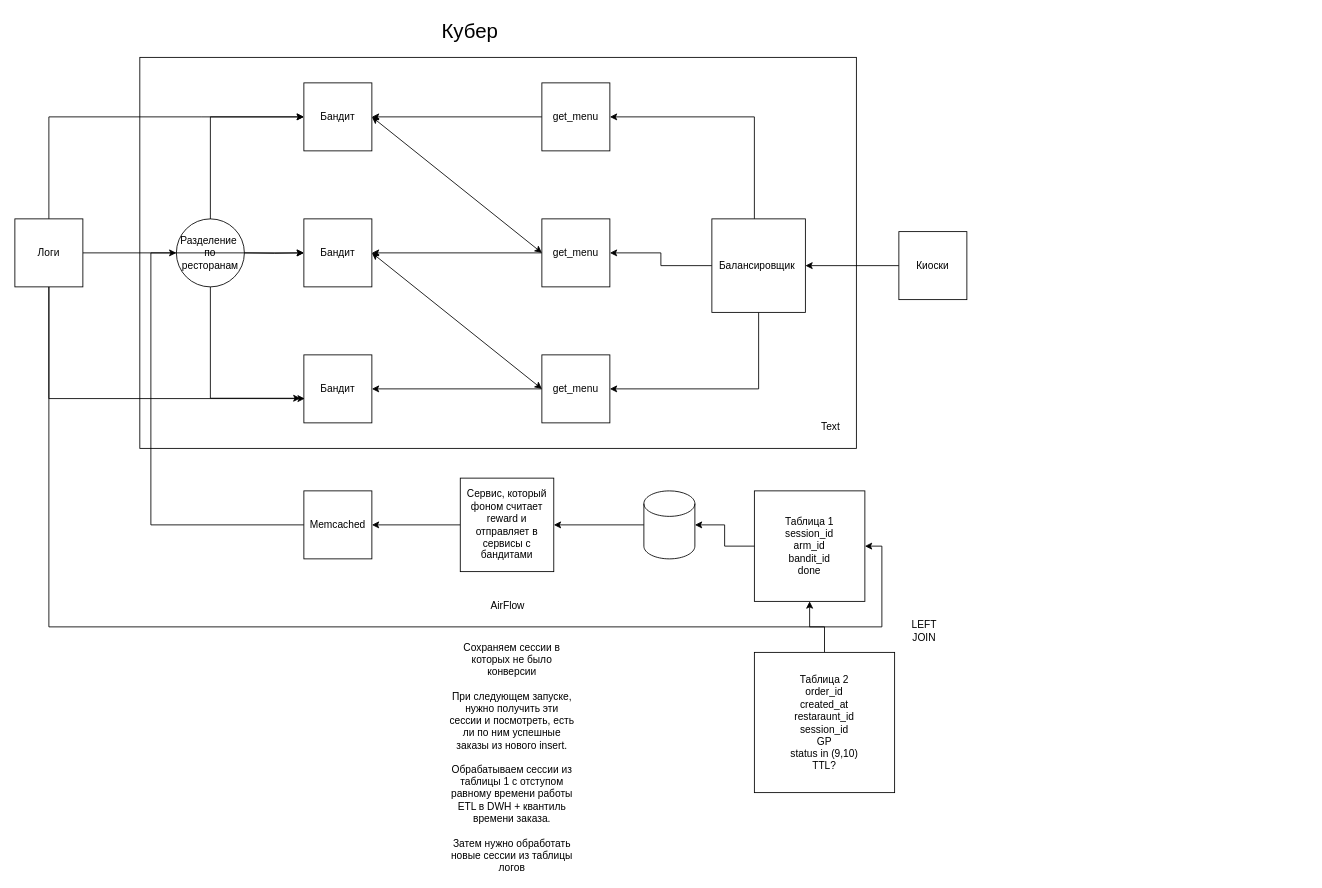
This is тест в феврале.drawio from ArlanovCsb/responsive_menu, a draw.io file, before an edit. Source tidied: cells renumbered, new cells numbered last; positions are measured from the earlier drawing's top-left corner, leaving out a move shared by most shapes. Both pictures are drawn from the tidied source at 85%, with x=0, y=0 at pixel (14, 14).
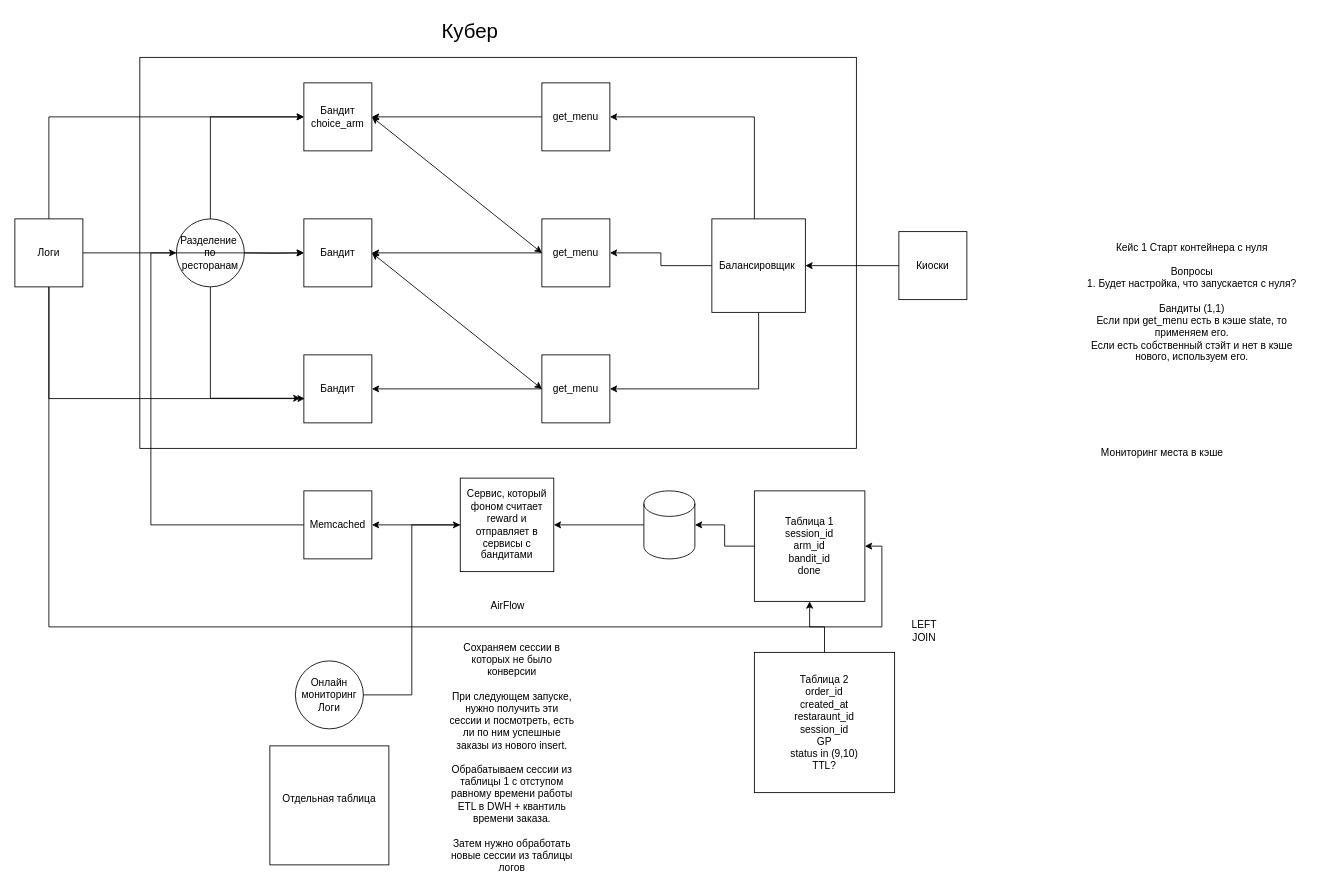
After the change.

The change refers to these unchanged cells:
```xml
<mxCell id="17" value="Сервис, который фоном считает reward и отправляет в сервисы с бандитами" style="whiteSpace=wrap;html=1;" parent="1" vertex="1">
  <mxGeometry x="524" y="545" width="110" height="110" as="geometry" />
</mxCell>
```

What changed in the source:
```diff
@@
-    <mxCell id="13" value="Бандит" style="whiteSpace=wrap;html=1;" parent="1" vertex="1">
+    <mxCell id="13" value="Бандит&lt;br&gt;choice_arm" style="whiteSpace=wrap;html=1;" parent="1" vertex="1">
       <mxGeometry x="340" y="80" width="80" height="80" as="geometry" />
     </mxCell>
@@
-    <mxCell id="35" value="Text" style="text;html=1;align=center;verticalAlign=middle;whiteSpace=wrap;rounded=0;" parent="1" vertex="1">
-      <mxGeometry x="930" y="470" width="60" height="30" as="geometry" />
+    <mxCell id="35" value="Кейс 1 Старт контейнера с нуля&lt;br&gt;&lt;br&gt;Вопросы&lt;br&gt;1. Будет настройка, что запускается с нуля?&lt;br&gt;&lt;br&gt;Бандиты (1,1)&lt;br&gt;Если при get_menu есть в кэше state, то применяем его.&lt;br&gt;Если есть собственный стэйт и нет в кэше нового, используем его." style="text;html=1;align=center;verticalAlign=middle;whiteSpace=wrap;rounded=0;" parent="1" vertex="1">
+      <mxGeometry x="1250" y="255" width="270" height="165" as="geometry" />
     </mxCell>
@@
+    <mxCell id="44" style="edgeStyle=orthogonalEdgeStyle;rounded=0;jettySize=auto;html=1;entryX=0;entryY=0.5;entryDx=0;entryDy=0;" parent="1" edge="1" source="45" target="17">
+      <mxGeometry relative="1" as="geometry" />
+    </mxCell>
+    <mxCell id="45" value="Онлайн мониторинг&lt;br&gt;Логи" style="ellipse;whiteSpace=wrap;html=1;" parent="1" vertex="1">
+      <mxGeometry x="330" y="760" width="80" height="80" as="geometry" />
+    </mxCell>
+    <mxCell id="46" value="Отдельная таблица&lt;div&gt;&lt;br/&gt;&lt;/div&gt;" style="whiteSpace=wrap;html=1;" parent="1" vertex="1">
+      <mxGeometry x="300" y="860" width="140" height="140" as="geometry" />
+    </mxCell>
+    <mxCell id="47" value="Мониторинг места в кэше" style="text;html=1;align=center;verticalAlign=middle;whiteSpace=wrap;rounded=0;" parent="1" vertex="1">
+      <mxGeometry x="1260" y="480" width="180" height="70" as="geometry" />
+    </mxCell>
```
